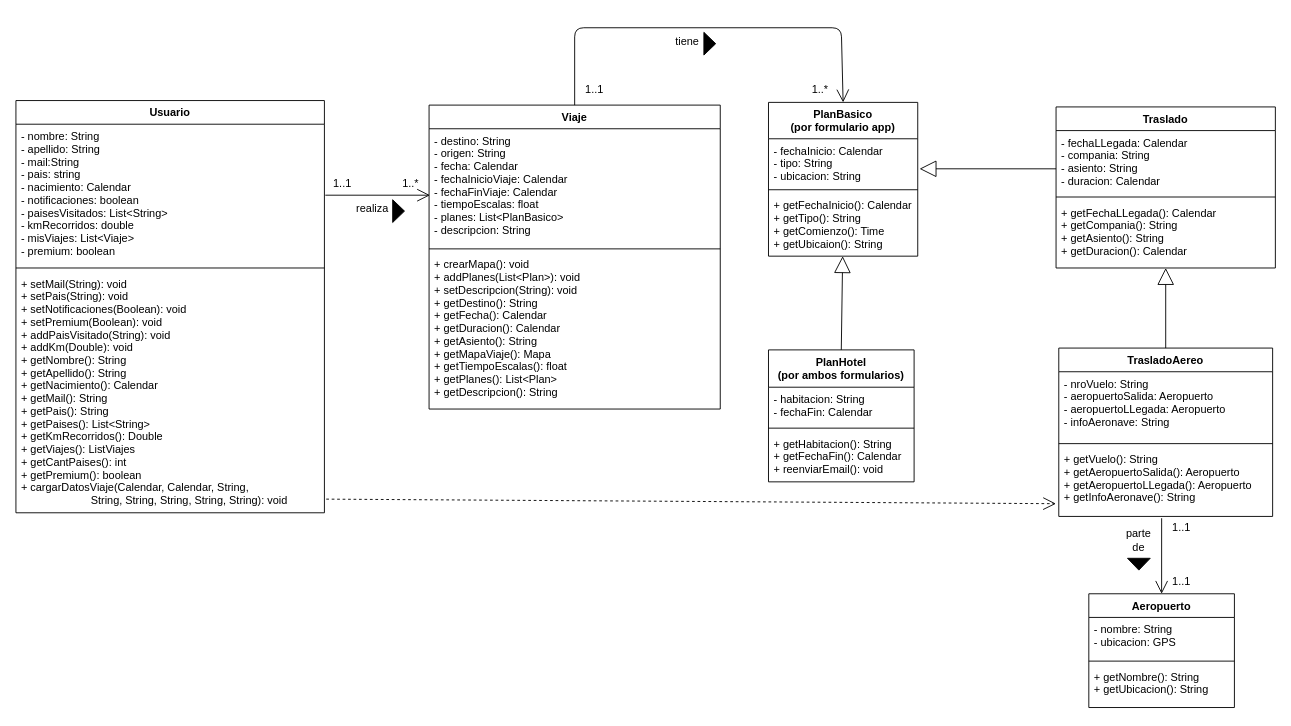
Above: DClasesTPE.drawio in maurogalvan/Grupo-13-Metodologia (draw.io), before the change. Source tidied: cells renumbered, new cells numbered last; positions are measured from the earlier drawing's top-left corner, leaving out a move shared by most shapes. Both pictures are drawn from the tidied source at 91%, with x=0, y=0 at pixel (15, 27).
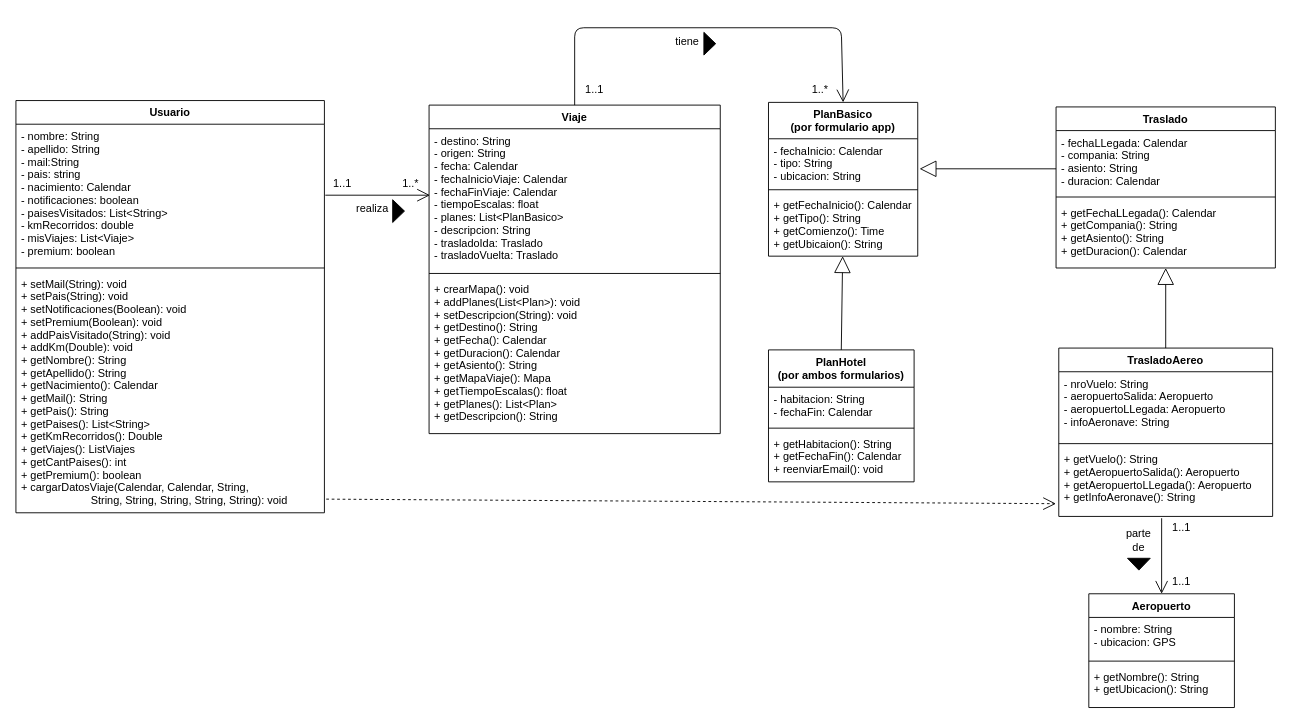
After the change.

Commit message:
Correccion del diagrama de clases

Diff of the diagram source:
```diff
@@
     <mxCell id="17" value="Viaje" style="swimlane;fontStyle=1;align=center;verticalAlign=top;horizontal=1;startSize=26;" parent="1" vertex="1">
-      <mxGeometry x="454" y="85" width="320" height="334" as="geometry" />
+      <mxGeometry x="454" y="85" width="320" height="361" as="geometry" />
     </mxCell>
-    <mxCell id="18" value="- destino: String&#10;- origen: String&#10;- fecha: Calendar&#10;- fechaInicioViaje: Calendar&#10;- fechaFinViaje: Calendar&#10;- tiempoEscalas: float&#10;- planes: List&lt;PlanBasico&gt;&#10;- descripcion: String" style="text;strokeColor=none;fillColor=none;align=left;verticalAlign=top;spacingLeft=4;spacingRight=4;overflow=hidden;" parent="17" vertex="1">
-      <mxGeometry y="26" width="320" height="128" as="geometry" />
+    <mxCell id="18" value="- destino: String&#10;- origen: String&#10;- fecha: Calendar&#10;- fechaInicioViaje: Calendar&#10;- fechaFinViaje: Calendar&#10;- tiempoEscalas: float&#10;- planes: List&lt;PlanBasico&gt;&#10;- descripcion: String&#10;- trasladoIda: Traslado &#10;- trasladoVuelta: Traslado " style="text;strokeColor=none;fillColor=none;align=left;verticalAlign=top;spacingLeft=4;spacingRight=4;overflow=hidden;" parent="17" vertex="1">
+      <mxGeometry y="26" width="320" height="155" as="geometry" />
     </mxCell>
     <mxCell id="19" style="line;strokeWidth=1;fillColor=none;align=left;verticalAlign=middle;spacingTop=-1;spacingLeft=3;spacingRight=3;labelPosition=right;" parent="17" vertex="1">
-      <mxGeometry y="154" width="320" height="8" as="geometry" />
+      <mxGeometry y="181" width="320" height="8" as="geometry" />
     </mxCell>
     <mxCell id="20" value="+ crearMapa(): void&#10;+ addPlanes(List&lt;Plan&gt;): void&#10;+ setDescripcion(String): void&#10;+ getDestino(): String&#10;+ getFecha(): Calendar&#10;+ getDuracion(): Calendar&#10;+ getAsiento(): String&#10;+ getMapaViaje(): Mapa&#10;+ getTiempoEscalas(): float&#10;+ getPlanes(): List&lt;Plan&gt;&#10;+ getDescripcion(): String" style="text;strokeColor=none;fillColor=none;align=left;verticalAlign=top;spacingLeft=4;spacingRight=4;overflow=hidden;" parent="17" vertex="1">
-      <mxGeometry y="162" width="320" height="172" as="geometry" />
+      <mxGeometry y="189" width="320" height="172" as="geometry" />
     </mxCell>
```
